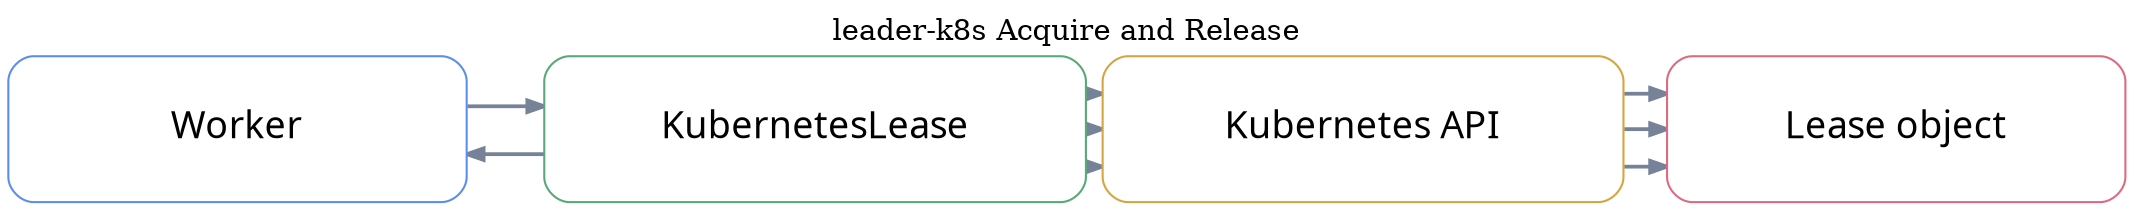
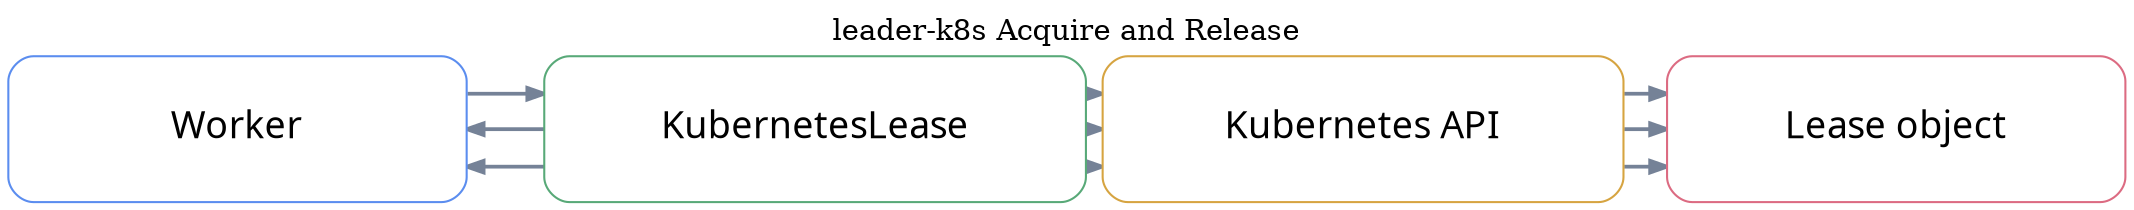
digraph "leader-k8s-sequence-02" {
  graph [layout=neato, rankdir=TB, splines=ortho, overlap=false, outputorder=edgesfirst, nodesep=0.55, ranksep=0.75, bgcolor="transparent", label="leader-k8s Acquire and Release", labelloc=t];
  node [shape=box, style="rounded,filled", fontname="Architects Daughter", fontsize=18, margin="0.16,0.10"];
  edge [color="#758297", penwidth=1.8, arrowsize=0.8, fontname="Comic Mono", fontsize=10];
  n0 [label="Worker", fillcolor="#ffffff", color="#5B8DEF", width=3.06, height=0.97, pos="190.00,500.00!"];
  n1 [label="KubernetesLease", fillcolor="#ffffff", color="#58A978", width=3.61, height=0.97, pos="580.00,500.00!"];
  n2 [label="Kubernetes API", fillcolor="#ffffff", color="#D6A441", width=3.47, height=0.97, pos="950.00,500.00!"];
  n3 [label="Lease object", fillcolor="#ffffff", color="#DC6B82", width=3.06, height=0.97, pos="1310.00,500.00!"];
  n0 -> n1 [];
  n1 -> n2 [];
  n2 -> n3 [];
  n1 -> n2 [];
  n2 -> n3 [];
  n1 -> n0 [];
+   n1 -> n0 [];
  n1 -> n2 [];
  n2 -> n3 [];
}
